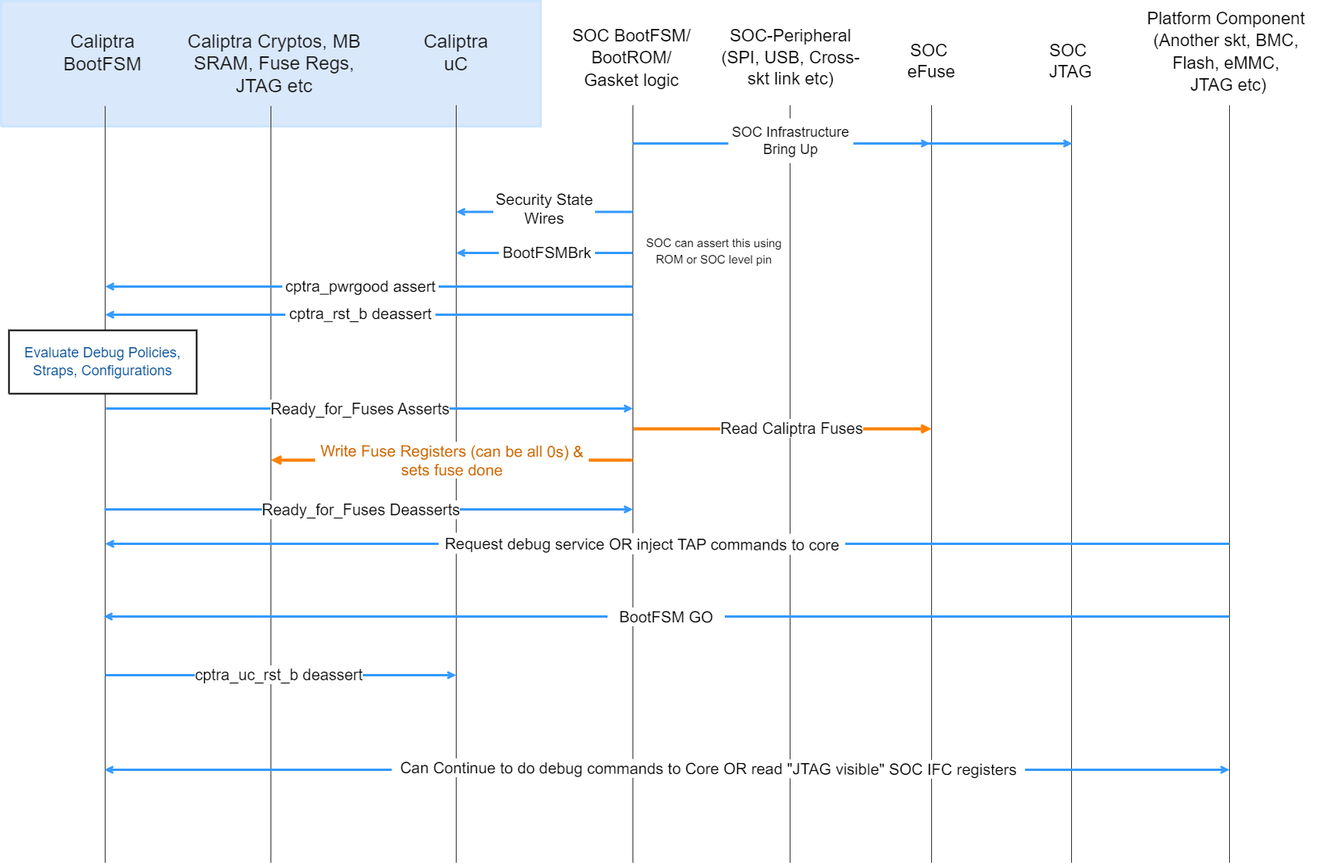
The draw.io diagram doc/images/Caliptra_boot_flow6.png in chipsalliance/Caliptra, before a commit. Source tidied: cells renumbered, new cells last; positions are measured from the earlier drawing's top-left corner, leaving out a move shared by most shapes.
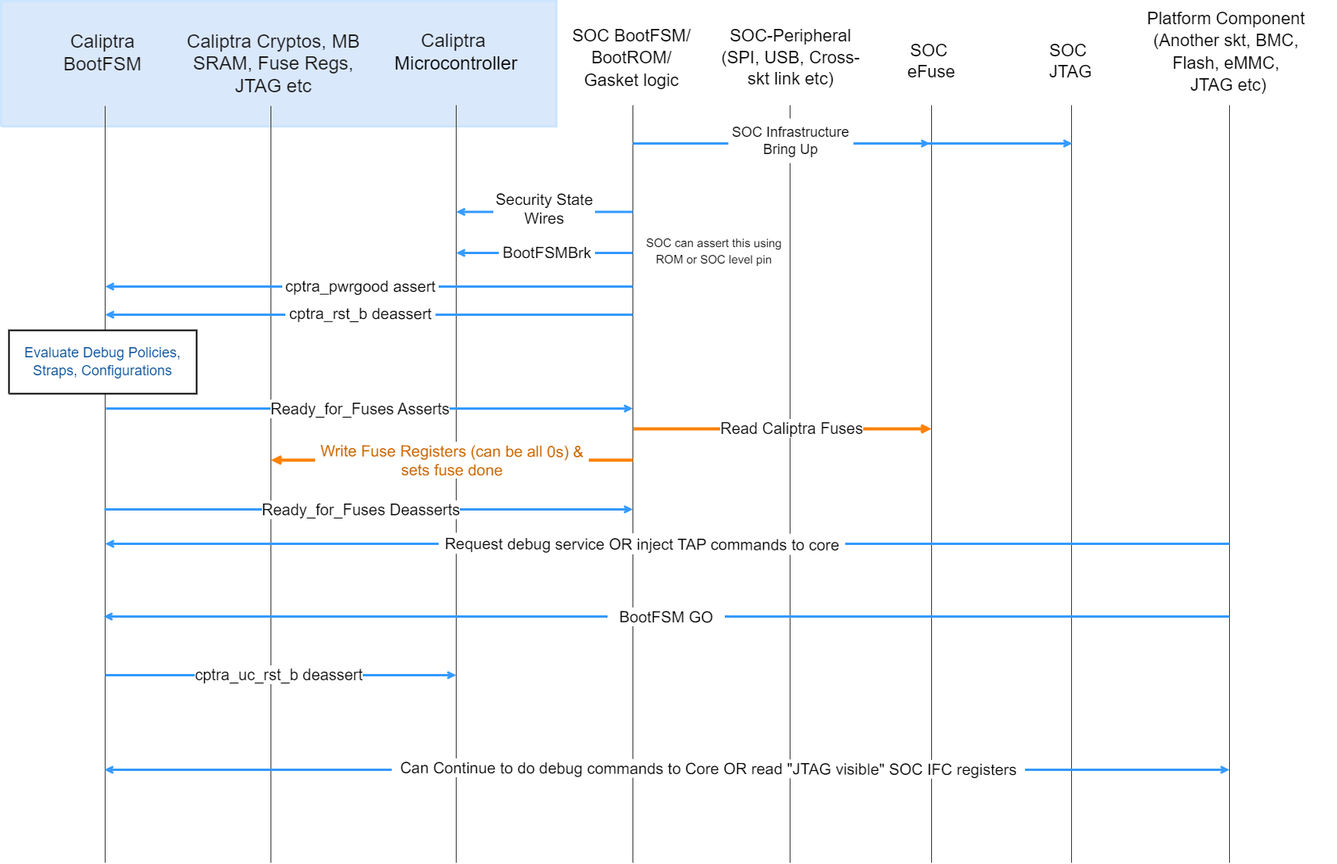
After the change.

The edit, as a diff of the source:
```diff
@@ -6,7 +6,7 @@
       <mxGeometry width="1708" height="1102" as="geometry" />
     </mxCell>
     <mxCell id="3" style="vsdxID=15;fillColor=#dae8fc;gradientColor=none;shape=(stored shape, 160 characters);strokeColor=#CCE5FF;strokeWidth=3;spacingTop=-3;spacingBottom=-3;spacingLeft=-3;spacingRight=-3;labelBackgroundColor=none;rounded=0;html=1;whiteSpace=wrap;" parent="2" vertex="1">
-      <mxGeometry width="690" height="160" as="geometry" />
+      <mxGeometry width="710" height="160" as="geometry" />
     </mxCell>
     <mxCell id="4" style="vsdxID=7;edgeStyle=none;startArrow=none;endArrow=none;startSize=5;endSize=5;strokeWidth=1;strokeColor=#333333;spacingTop=0;spacingBottom=0;spacingLeft=0;spacingRight=0;verticalAlign=middle;html=1;labelBackgroundColor=#ffffff;rounded=0;" parent="2" edge="1">
       <mxGeometry relative="1" as="geometry">
@@ -104,14 +104,14 @@
         <mxPoint y="-1" as="offset" />
       </mxGeometry>
     </mxCell>
-    <mxCell id="20" value="&lt;div style=&quot;&quot;&gt;&lt;font style=&quot;font-family: Helvetica; color: rgb(26, 26, 26); direction: ltr; letter-spacing: 0px; line-height: 120%; opacity: 1; font-size: 24px;&quot;&gt;Caliptra uC&lt;/font&gt;&lt;font style=&quot;font-size: 11.64px; font-family: Helvetica; color: rgb(26, 26, 26); direction: ltr; letter-spacing: 0px; line-height: 120%; opacity: 1;&quot;&gt;&lt;br&gt;&lt;/font&gt;&lt;/div&gt;" style="verticalAlign=middle;align=center;overflow=width;vsdxID=2;fillColor=none;gradientColor=none;shape=(stored shape, 160 characters);strokeColor=none;spacingTop=-3;spacingBottom=-3;spacingLeft=-3;spacingRight=-3;labelBackgroundColor=none;rounded=0;html=1;whiteSpace=wrap;" parent="2" vertex="1">
-      <mxGeometry x="526" y="21" width="112" height="89" as="geometry" />
+    <mxCell id="20" value="&lt;div style=&quot;&quot;&gt;&lt;font style=&quot;font-family: Helvetica; color: rgb(26, 26, 26); direction: ltr; letter-spacing: 0px; line-height: 120%; opacity: 1; font-size: 24px;&quot;&gt;Caliptra&amp;nbsp;&lt;/font&gt;&lt;font style=&quot;font-size: 11.64px; font-family: Helvetica; color: rgb(26, 26, 26); direction: ltr; letter-spacing: 0px; line-height: 120%; opacity: 1;&quot;&gt;&lt;br&gt;&lt;/font&gt;&lt;/div&gt;&lt;font style=&quot;font-size: 24px;&quot;&gt;Microcontroller&lt;/font&gt;" style="verticalAlign=middle;align=center;overflow=width;vsdxID=2;fillColor=none;gradientColor=none;shape=(stored shape, 160 characters);strokeColor=none;spacingTop=-3;spacingBottom=-3;spacingLeft=-3;spacingRight=-3;labelBackgroundColor=none;rounded=0;html=1;whiteSpace=wrap;" parent="2" vertex="1">
+      <mxGeometry x="490" y="20" width="184" height="89" as="geometry" />
     </mxCell>
     <mxCell id="21" value="&lt;div style=&quot;&quot;&gt;&lt;font style=&quot;font-family: Helvetica; color: rgb(26, 26, 26); direction: ltr; letter-spacing: 0px; line-height: 120%; opacity: 1; font-size: 24px;&quot;&gt;Caliptra BootFSM&lt;/font&gt;&lt;font style=&quot;font-size: 11.64px; font-family: Helvetica; color: rgb(26, 26, 26); direction: ltr; letter-spacing: 0px; line-height: 120%; opacity: 1;&quot;&gt;&lt;br&gt;&lt;/font&gt;&lt;/div&gt;" style="verticalAlign=middle;align=center;overflow=width;vsdxID=44;fillColor=none;gradientColor=none;shape=(stored shape, 160 characters);strokeColor=none;spacingTop=-3;spacingBottom=-3;spacingLeft=-3;spacingRight=-3;labelBackgroundColor=none;rounded=0;html=1;whiteSpace=wrap;" parent="2" vertex="1">
       <mxGeometry x="56" y="26" width="148" height="79" as="geometry" />
     </mxCell>
     <mxCell id="22" value="&lt;div style=&quot;font-size: 24px;&quot;&gt;&lt;font style=&quot;font-size: 24px; font-family: Helvetica; color: rgb(26, 26, 26); direction: ltr; letter-spacing: 0px; line-height: 120%; opacity: 1;&quot;&gt;Caliptra Cryptos, MB SRAM, Fuse Regs, JTAG etc&lt;/font&gt;&lt;font style=&quot;font-size: 24px; font-family: Helvetica; color: rgb(26, 26, 26); direction: ltr; letter-spacing: 0px; line-height: 120%; opacity: 1;&quot;&gt;&lt;br&gt;&lt;/font&gt;&lt;font style=&quot;font-size:11.64px;font-family:Helvetica;color:#1a1a1a;direction:ltr;letter-spacing:0px;line-height:120%;opacity:1&quot;&gt;&lt;br&gt;&lt;/font&gt;&lt;/div&gt;" style="verticalAlign=middle;align=center;overflow=width;vsdxID=45;fillColor=none;gradientColor=none;shape=(stored shape, 160 characters);strokeColor=none;spacingTop=-3;spacingBottom=-3;spacingLeft=-3;spacingRight=-3;labelBackgroundColor=none;rounded=0;html=1;whiteSpace=wrap;" parent="2" vertex="1">
-      <mxGeometry x="229" y="37" width="241" height="100" as="geometry" />
+      <mxGeometry x="228" y="37" width="241" height="100" as="geometry" />
     </mxCell>
     <mxCell id="23" parent="2" vertex="1">
       <mxGeometry x="1011" y="138" as="geometry" />
```
